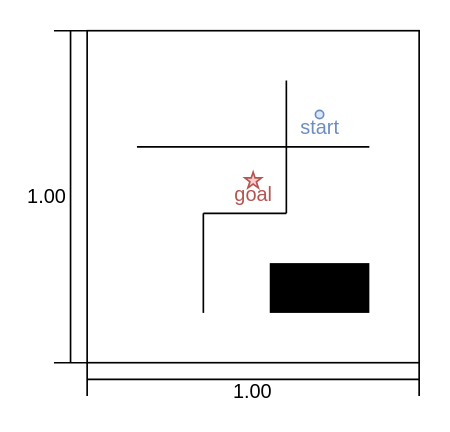
Before: 数値解析学/後半/report/problem_gen/maps/layout_a.drawio in keisei4064/study_cse, a draw.io diagram. Source tidied: cells renumbered, new cells numbered last; positions are measured from the earlier drawing's top-left corner, leaving out a move shared by most shapes. Both pictures are drawn from the tidied source at 166%, with x=0, y=0 at pixel (53, 30).
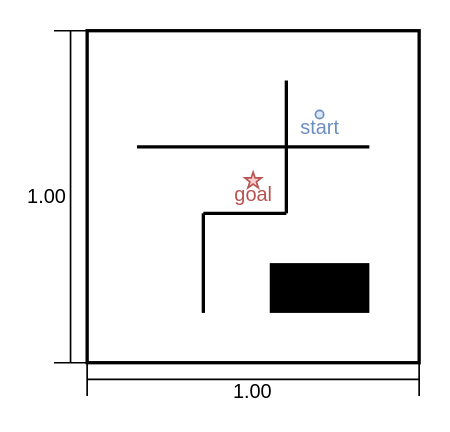
Above is the later version.

The edit, as a diff of the source:
```diff
@@
 <mxGraphModel>
   <root>
     <mxCell id="0" />
     <mxCell id="1" parent="0" />
-    <mxCell id="2" style="rounded=0;whiteSpace=wrap;html=1;fillColor=none;fontColor=light-dark(#6c8ebf, #ededed);" parent="1" vertex="1">
+    <mxCell id="2" style="rounded=0;whiteSpace=wrap;html=1;fillColor=none;fontColor=light-dark(#6c8ebf, #ededed);strokeWidth=2;" parent="1" vertex="1">
       <mxGeometry x="20" width="200" height="200" as="geometry" />
     </mxCell>
     <mxCell id="3" value="1.00" style="shape=crossbar;whiteSpace=wrap;html=1;rounded=1;direction=south;textShadow=0;spacingRight=28;" parent="1" vertex="1">
       <mxGeometry width="20" height="200" as="geometry" />
     </mxCell>
     <mxCell id="4" value="1.00" style="shape=crossbar;whiteSpace=wrap;html=1;rounded=1;spacingTop=15;" parent="1" vertex="1">
       <mxGeometry x="20" y="200" width="200" height="20" as="geometry" />
     </mxCell>
-    <mxCell id="5" style="endArrow=none;html=1;" parent="1" edge="1">
+    <mxCell id="5" style="endArrow=none;html=1;strokeWidth=2;" parent="1" edge="1">
       <mxGeometry relative="1" as="geometry">
         <mxPoint x="90" y="170" as="sourcePoint" />
         <mxPoint x="90" y="110" as="targetPoint" />
       </mxGeometry>
     </mxCell>
-    <mxCell id="6" style="endArrow=none;html=1;" parent="1" edge="1">
+    <mxCell id="6" style="endArrow=none;html=1;strokeWidth=2;" parent="1" edge="1">
       <mxGeometry relative="1" as="geometry">
         <mxPoint x="140" y="110" as="sourcePoint" />
         <mxPoint x="90" y="110" as="targetPoint" />
       </mxGeometry>
     </mxCell>
-    <mxCell id="7" style="endArrow=none;html=1;" parent="1" edge="1">
+    <mxCell id="7" style="endArrow=none;html=1;strokeWidth=2;" parent="1" edge="1">
       <mxGeometry relative="1" as="geometry">
         <mxPoint x="190" y="70" as="sourcePoint" />
         <mxPoint x="50" y="70" as="targetPoint" />
       </mxGeometry>
     </mxCell>
-    <mxCell id="8" style="endArrow=none;html=1;" parent="1" edge="1">
+    <mxCell id="8" style="endArrow=none;html=1;strokeWidth=2;" parent="1" edge="1">
       <mxGeometry relative="1" as="geometry">
         <mxPoint x="140" y="110" as="sourcePoint" />
         <mxPoint x="140" y="70" as="targetPoint" />
       </mxGeometry>
     </mxCell>
     <mxCell id="9" style="rounded=0;whiteSpace=wrap;html=1;strokeColor=none;fillColor=#000000;" parent="1" vertex="1">
       <mxGeometry x="130" y="140" width="60" height="30" as="geometry" />
     </mxCell>
-    <mxCell id="10" style="endArrow=none;html=1;" parent="1" edge="1">
+    <mxCell id="10" style="endArrow=none;html=1;strokeWidth=2;" parent="1" edge="1">
       <mxGeometry relative="1" as="geometry">
         <mxPoint x="140" y="70" as="sourcePoint" />
         <mxPoint x="140" y="30" as="targetPoint" />
       </mxGeometry>
     </mxCell>
     <mxCell id="11" value="goal" style="verticalLabelPosition=bottom;verticalAlign=top;html=1;shape=mxgraph.basic.star;fillColor=#f8cecc;strokeColor=#b85450;spacingBottom=0;spacingTop=-10;fontColor=light-dark(#b85450, #ededed);" parent="1" vertex="1">
       <mxGeometry x="115" y="85.2" width="10" height="9.5" as="geometry" />
     </mxCell>
     <mxCell id="12" value="start" style="ellipse;whiteSpace=wrap;html=1;fillColor=#dae8fc;strokeColor=#6c8ebf;spacingTop=16;fontColor=light-dark(#6c8ebf, #ededed);" parent="1" vertex="1">
       <mxGeometry x="157.5" y="48" width="5" height="5" as="geometry" />
     </mxCell>
   </root>
 </mxGraphModel>
```
